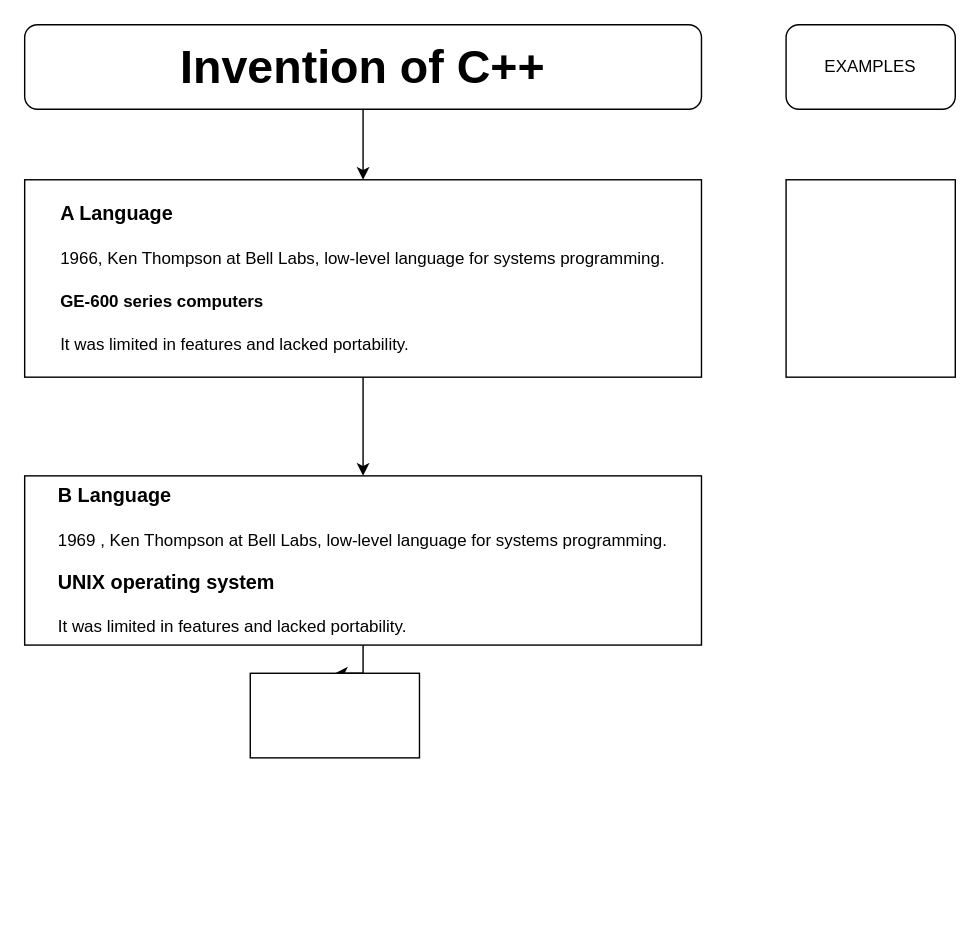
This is basic_c_plus_plus.drawio from Avneeshtrade/Learning-C-Basics, a draw.io file, before an edit. Source tidied: cells renumbered, new cells numbered last; positions are measured from the earlier drawing's top-left corner, leaving out a move shared by most shapes. Both pictures are drawn from the tidied source at 141%, with x=0, y=0 at pixel (24, 24).
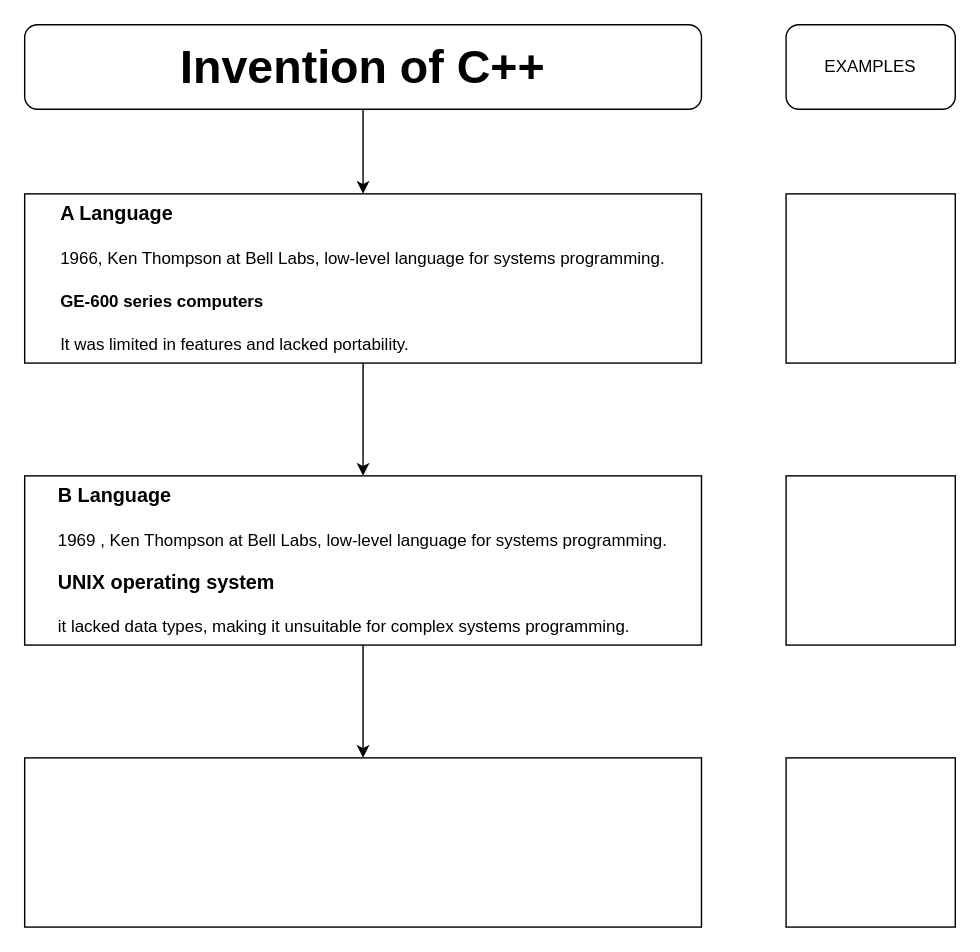
The same diagram, later.

Change to the diagram source:
```diff
@@
 <mxGraphModel>
   <root>
     <mxCell id="0" />
     <mxCell id="1" parent="0" />
     <mxCell id="2" style="edgeStyle=orthogonalEdgeStyle;rounded=0;jettySize=auto;html=1;" parent="1" edge="1" source="3" target="5">
       <mxGeometry relative="1" as="geometry" />
     </mxCell>
     <mxCell id="3" value="&lt;h3 style=&quot;text-align: left;&quot;&gt;&lt;strong&gt;A Language&lt;/strong&gt;&lt;/h3&gt;&lt;h3 style=&quot;text-align: left;&quot;&gt;&lt;span style=&quot;background-color: transparent; color: light-dark(rgb(0, 0, 0), rgb(255, 255, 255)); font-size: 12px; font-weight: normal;&quot;&gt;1966,&amp;nbsp;&lt;/span&gt;&lt;span style=&quot;background-color: transparent; color: light-dark(rgb(0, 0, 0), rgb(255, 255, 255)); font-size: 12px; font-weight: normal;&quot;&gt;Ken Thompson at Bell Labs,&amp;nbsp;&lt;/span&gt;&lt;span style=&quot;background-color: transparent; color: light-dark(rgb(0, 0, 0), rgb(255, 255, 255)); font-size: 12px; font-weight: normal;&quot;&gt;low-level language for systems programming.&lt;/span&gt;&lt;/h3&gt;&lt;h3 style=&quot;text-align: left;&quot;&gt;&lt;strong style=&quot;background-color: transparent; color: light-dark(rgb(0, 0, 0), rgb(255, 255, 255)); font-size: 12px;&quot;&gt;GE-600 series computers&lt;/strong&gt;&lt;/h3&gt;&lt;h3 style=&quot;text-align: left;&quot;&gt;&lt;span style=&quot;background-color: transparent; color: light-dark(rgb(0, 0, 0), rgb(255, 255, 255)); font-size: 12px; font-weight: normal;&quot;&gt;It was limited in features and lacked portability.&lt;/span&gt;&lt;/h3&gt;" style="rounded=0;whiteSpace=wrap;html=1;" parent="1" vertex="1">
-      <mxGeometry y="110" width="480" height="140" as="geometry" />
+      <mxGeometry y="120" width="480" height="120" as="geometry" />
     </mxCell>
     <mxCell id="4" style="edgeStyle=orthogonalEdgeStyle;rounded=0;jettySize=auto;html=1;" parent="1" edge="1" source="5" target="6">
       <mxGeometry relative="1" as="geometry" />
     </mxCell>
-    <mxCell id="5" value="&lt;h3 style=&quot;text-align: left;&quot;&gt;&lt;strong&gt;B Language&lt;/strong&gt;&lt;/h3&gt;&lt;h3 style=&quot;text-align: left;&quot;&gt;&lt;span style=&quot;background-color: transparent; color: light-dark(rgb(0, 0, 0), rgb(255, 255, 255)); font-size: 12px; font-weight: normal; text-align: center;&quot;&gt;1969&amp;nbsp;&lt;/span&gt;&lt;span style=&quot;background-color: transparent; color: light-dark(rgb(0, 0, 0), rgb(255, 255, 255)); font-size: 12px; font-weight: normal;&quot;&gt;,&amp;nbsp;&lt;/span&gt;&lt;span style=&quot;background-color: transparent; color: light-dark(rgb(0, 0, 0), rgb(255, 255, 255)); font-size: 12px; font-weight: normal;&quot;&gt;Ken Thompson at Bell Labs,&amp;nbsp;&lt;/span&gt;&lt;span style=&quot;background-color: transparent; color: light-dark(rgb(0, 0, 0), rgb(255, 255, 255)); font-size: 12px; font-weight: normal;&quot;&gt;low-level language for systems programming.&lt;/span&gt;&lt;/h3&gt;&lt;h3 style=&quot;text-align: left;&quot;&gt;UNIX operating system&lt;/h3&gt;&lt;h3 style=&quot;text-align: left;&quot;&gt;&lt;span style=&quot;background-color: transparent; color: light-dark(rgb(0, 0, 0), rgb(255, 255, 255)); font-size: 12px; font-weight: normal;&quot;&gt;It was limited in features and lacked portability.&lt;/span&gt;&lt;/h3&gt;" style="rounded=0;whiteSpace=wrap;html=1;" parent="1" vertex="1">
+    <mxCell id="5" value="&lt;h3 style=&quot;text-align: left;&quot;&gt;&lt;strong&gt;B Language&lt;/strong&gt;&lt;/h3&gt;&lt;h3 style=&quot;text-align: left;&quot;&gt;&lt;span style=&quot;background-color: transparent; color: light-dark(rgb(0, 0, 0), rgb(255, 255, 255)); font-size: 12px; font-weight: normal; text-align: center;&quot;&gt;1969&amp;nbsp;&lt;/span&gt;&lt;span style=&quot;background-color: transparent; color: light-dark(rgb(0, 0, 0), rgb(255, 255, 255)); font-size: 12px; font-weight: normal;&quot;&gt;,&amp;nbsp;&lt;/span&gt;&lt;span style=&quot;background-color: transparent; color: light-dark(rgb(0, 0, 0), rgb(255, 255, 255)); font-size: 12px; font-weight: normal;&quot;&gt;Ken Thompson at Bell Labs,&amp;nbsp;&lt;/span&gt;&lt;span style=&quot;background-color: transparent; color: light-dark(rgb(0, 0, 0), rgb(255, 255, 255)); font-size: 12px; font-weight: normal;&quot;&gt;low-level language for systems programming.&lt;/span&gt;&lt;/h3&gt;&lt;h3 style=&quot;text-align: left;&quot;&gt;UNIX operating system&lt;/h3&gt;&lt;h3 style=&quot;text-align: left;&quot;&gt;&lt;span style=&quot;background-color: transparent; color: light-dark(rgb(0, 0, 0), rgb(255, 255, 255)); font-size: 12px; font-weight: normal; text-align: center;&quot;&gt;it lacked data types, making it unsuitable for complex systems programming.&lt;/span&gt;&lt;/h3&gt;" style="rounded=0;whiteSpace=wrap;html=1;" parent="1" vertex="1">
       <mxGeometry y="320" width="480" height="120" as="geometry" />
     </mxCell>
     <mxCell id="6" style="rounded=0;whiteSpace=wrap;html=1;" parent="1" vertex="1">
-      <mxGeometry x="160" y="460" width="120" height="60" as="geometry" />
+      <mxGeometry y="520" width="480" height="120" as="geometry" />
     </mxCell>
     <mxCell id="7" style="edgeStyle=orthogonalEdgeStyle;rounded=0;jettySize=auto;html=1;" parent="1" edge="1" source="8" target="3">
       <mxGeometry relative="1" as="geometry" />
     </mxCell>
     <mxCell id="8" value="&lt;b&gt;&lt;font style=&quot;font-size: 33px;&quot;&gt;Invention of C++&lt;/font&gt;&lt;/b&gt;" style="rounded=1;whiteSpace=wrap;html=1;" parent="1" vertex="1">
       <mxGeometry width="480" height="60" as="geometry" />
     </mxCell>
     <mxCell id="9" style="rounded=0;whiteSpace=wrap;html=1;" parent="1" vertex="1">
-      <mxGeometry x="540" y="110" width="120" height="140" as="geometry" />
+      <mxGeometry x="540" y="120" width="120" height="120" as="geometry" />
     </mxCell>
     <mxCell id="10" value="EXAMPLES" style="rounded=1;whiteSpace=wrap;html=1;" parent="1" vertex="1">
       <mxGeometry x="540" width="120" height="60" as="geometry" />
     </mxCell>
+    <mxCell id="11" style="rounded=0;whiteSpace=wrap;html=1;" parent="1" vertex="1">
+      <mxGeometry x="540" y="320" width="120" height="120" as="geometry" />
+    </mxCell>
+    <mxCell id="12" style="rounded=0;whiteSpace=wrap;html=1;" parent="1" vertex="1">
+      <mxGeometry x="540" y="520" width="120" height="120" as="geometry" />
+    </mxCell>
   </root>
 </mxGraphModel>
```
